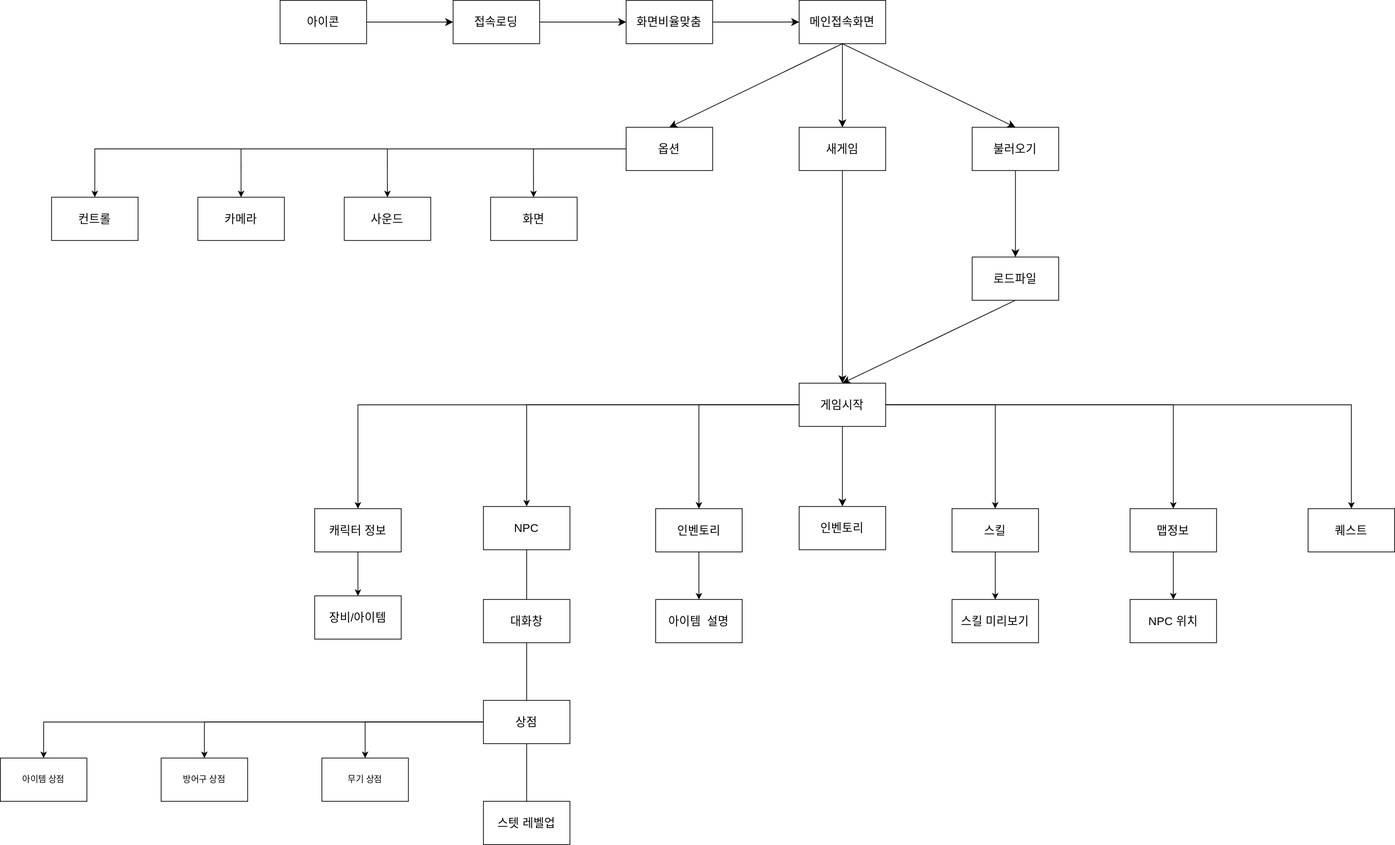
hji0909/H.J.I-website keeps this draw.io diagram as images/씬 플로우.drawio.svg. Above is the earlier version. Source tidied: cells renumbered, new cells last; positions are measured from the earlier drawing's top-left corner, leaving out a move shared by most shapes.
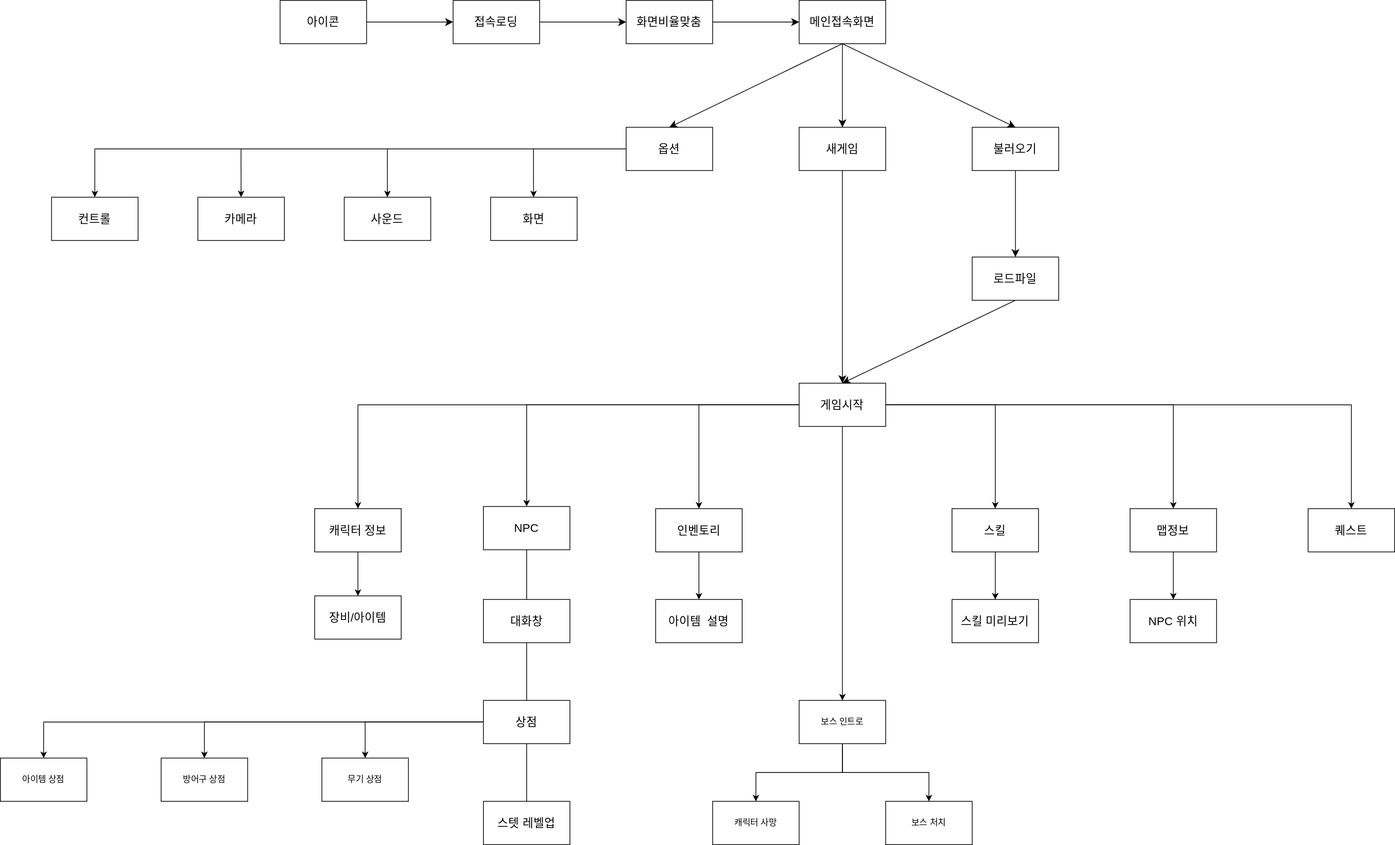
The same diagram one commit later.

Diff of the diagram source:
```diff
@@ -80,9 +80,9 @@
     <mxCell id="27" style="edgeStyle=orthogonalEdgeStyle;rounded=0;jettySize=auto;html=1;exitX=1;exitY=0.5;exitDx=0;exitDy=0;entryX=0.5;entryY=0;entryDx=0;entryDy=0;" parent="1" edge="1" source="29" target="35">
       <mxGeometry relative="1" as="geometry" />
     </mxCell>
-    <mxCell id="28" style="edgeStyle=none;curved=1;rounded=0;jettySize=auto;html=1;exitX=0.5;exitY=1;exitDx=0;exitDy=0;fontSize=12;startSize=8;endSize=8;" parent="1" edge="1" source="29" target="46">
-      <mxGeometry relative="1" as="geometry" />
-    </mxCell>
+    <mxCell id="62" style="edgeStyle=orthogonalEdgeStyle;rounded=0;jettySize=auto;html=1;entryX=0.5;entryY=0;entryDx=0;entryDy=0;" parent="1" edge="1" source="29" target="65">
+      <mxGeometry relative="1" as="geometry" />
+    </mxCell>
     <mxCell id="29" value="게임시작" style="whiteSpace=wrap;html=1;fontSize=16;rounded=0;" parent="1" vertex="1">
       <mxGeometry x="1108" y="531" width="120" height="60" as="geometry" />
     </mxCell>
@@ -143,9 +143,6 @@
         <mxPoint x="739.6" y="273" as="targetPoint" />
       </mxGeometry>
     </mxCell>
-    <mxCell id="46" value="인벤토리" style="whiteSpace=wrap;html=1;fontSize=16;rounded=0;" parent="1" vertex="1">
-      <mxGeometry x="1108" y="702" width="120" height="60" as="geometry" />
-    </mxCell>
     <mxCell id="47" value="대화창" style="whiteSpace=wrap;html=1;fontSize=16;rounded=0;" parent="1" vertex="1">
       <mxGeometry x="670" y="831" width="120" height="60" as="geometry" />
     </mxCell>
@@ -191,5 +188,20 @@
     <mxCell id="61" value="아이템&amp;nbsp; 설명" style="whiteSpace=wrap;html=1;fontSize=16;rounded=0;" parent="1" vertex="1">
       <mxGeometry x="909" y="831" width="120" height="60" as="geometry" />
     </mxCell>
+    <mxCell id="63" style="edgeStyle=orthogonalEdgeStyle;rounded=0;jettySize=auto;html=1;exitX=0.5;exitY=1;exitDx=0;exitDy=0;entryX=0.5;entryY=0;entryDx=0;entryDy=0;" parent="1" edge="1" source="65" target="66">
+      <mxGeometry relative="1" as="geometry" />
+    </mxCell>
+    <mxCell id="64" style="edgeStyle=orthogonalEdgeStyle;rounded=0;jettySize=auto;html=1;exitX=0.5;exitY=1;exitDx=0;exitDy=0;" parent="1" edge="1" source="65" target="67">
+      <mxGeometry relative="1" as="geometry" />
+    </mxCell>
+    <mxCell id="65" value="보스 인트로" style="rounded=0;whiteSpace=wrap;html=1;" parent="1" vertex="1">
+      <mxGeometry x="1108" y="971" width="120" height="60" as="geometry" />
+    </mxCell>
+    <mxCell id="66" value="캐릭터 사망" style="rounded=0;whiteSpace=wrap;html=1;" parent="1" vertex="1">
+      <mxGeometry x="988" y="1111" width="120" height="60" as="geometry" />
+    </mxCell>
+    <mxCell id="67" value="보스 처치" style="rounded=0;whiteSpace=wrap;html=1;" parent="1" vertex="1">
+      <mxGeometry x="1228" y="1111" width="120" height="60" as="geometry" />
+    </mxCell>
   </root>
 </mxGraphModel>
```
